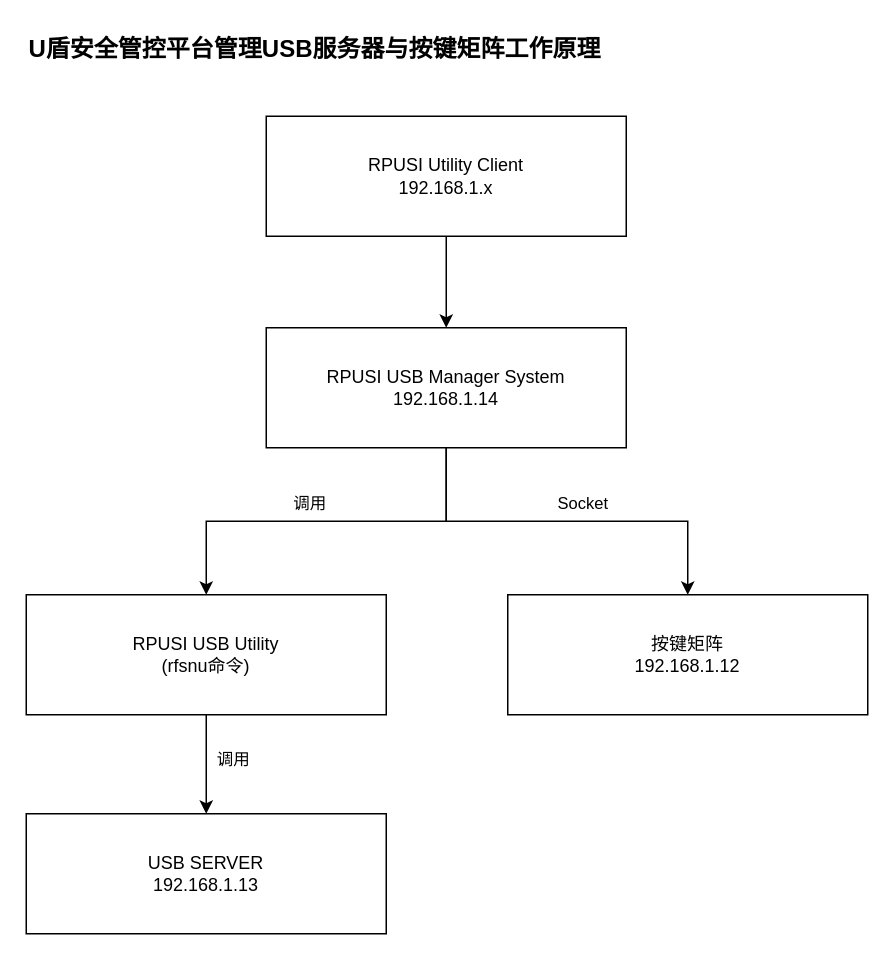
ab-doc/draw.io keeps this draw.io diagram as page "0002" (2 of 3) of src/main/work/cdjh/20231008094651.drawio. Above is the earlier version. Source tidied: cells renumbered, new cells numbered last; positions are measured from the earlier drawing's top-left corner, leaving out a move shared by most shapes. Both pictures are drawn from the tidied source at 150%, with x=0, y=0 at pixel (26, 26).
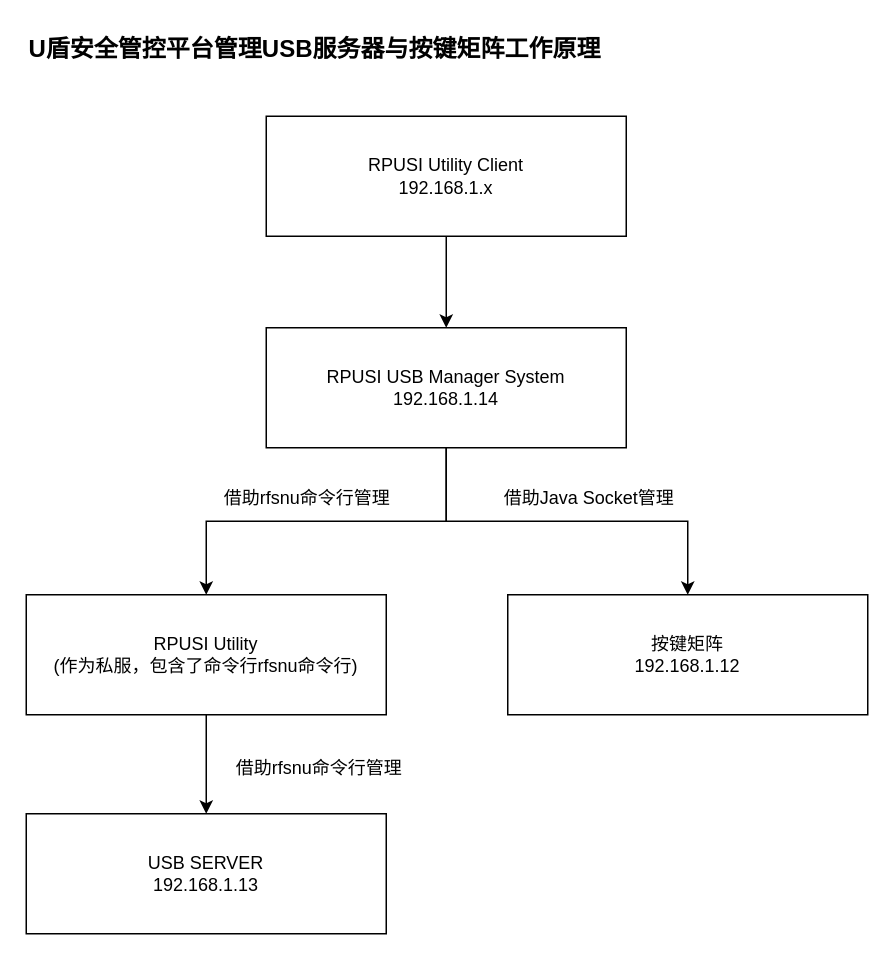
The same diagram, later.

What changed in the source:
```diff
@@
 <mxGraphModel>
   <root>
     <mxCell id="0" />
     <mxCell id="1" parent="0" />
     <mxCell id="2" value="&lt;b style=&quot;font-size: 16px;&quot;&gt;U盾安全管控平台管理USB服务器与按键矩阵工作原理&lt;/b&gt;" style="text;html=1;align=left;verticalAlign=middle;strokeColor=none;fillColor=none;fontSize=16;rounded=0;labelBackgroundColor=none;" parent="1" vertex="1">
       <mxGeometry width="400" height="30" as="geometry" />
     </mxCell>
     <mxCell id="3" style="edgeStyle=orthogonalEdgeStyle;rounded=0;jettySize=auto;html=1;" parent="1" edge="1" source="4" target="9">
       <mxGeometry relative="1" as="geometry" />
     </mxCell>
     <mxCell id="4" value="RPUSI&amp;nbsp;Utility Client&lt;br&gt;192.168.1.x" style="rounded=0;whiteSpace=wrap;html=1;" parent="1" vertex="1">
       <mxGeometry x="160" y="60" width="240" height="80" as="geometry" />
     </mxCell>
     <mxCell id="5" style="edgeStyle=orthogonalEdgeStyle;rounded=0;jettySize=auto;html=1;" parent="1" edge="1" source="9" target="12">
       <mxGeometry relative="1" as="geometry" />
     </mxCell>
-    <mxCell id="6" value="调用" style="edgeLabel;html=1;align=center;verticalAlign=middle;" parent="5" vertex="1">
-      <mxGeometry x="0.18" relative="1" as="geometry">
-        <mxPoint x="11" y="-13" as="offset" />
-      </mxGeometry>
-    </mxCell>
     <mxCell id="7" style="edgeStyle=orthogonalEdgeStyle;rounded=0;jettySize=auto;html=1;" parent="1" edge="1" source="9" target="13">
       <mxGeometry relative="1" as="geometry" />
     </mxCell>
-    <mxCell id="8" value="Socket" style="edgeLabel;html=1;align=center;verticalAlign=middle;" parent="7" vertex="1">
-      <mxGeometry x="0.02" y="2" relative="1" as="geometry">
-        <mxPoint x="7" y="-11" as="offset" />
-      </mxGeometry>
-    </mxCell>
     <mxCell id="9" value="RPUSI&amp;nbsp;USB Manager System&lt;br&gt;192.168.1.14" style="rounded=0;whiteSpace=wrap;html=1;" parent="1" vertex="1">
       <mxGeometry x="160" y="201" width="240" height="80" as="geometry" />
     </mxCell>
     <mxCell id="10" style="edgeStyle=orthogonalEdgeStyle;rounded=0;jettySize=auto;html=1;" parent="1" edge="1" source="12" target="14">
       <mxGeometry relative="1" as="geometry" />
     </mxCell>
-    <mxCell id="11" value="调用" style="edgeLabel;html=1;align=center;verticalAlign=middle;" parent="10" vertex="1">
-      <mxGeometry x="-0.21" y="2" relative="1" as="geometry">
-        <mxPoint x="15" y="3" as="offset" />
-      </mxGeometry>
-    </mxCell>
-    <mxCell id="12" value="RPUSI&amp;nbsp;USB Utility&lt;br&gt;(rfsnu命令)" style="rounded=0;whiteSpace=wrap;html=1;" parent="1" vertex="1">
+    <mxCell id="12" value="RPUSI Utility&lt;br style=&quot;border-color: var(--border-color);&quot;&gt;(作为私服，包含了命令行rfsnu命令行)" style="rounded=0;whiteSpace=wrap;html=1;" parent="1" vertex="1">
       <mxGeometry y="379" width="240" height="80" as="geometry" />
     </mxCell>
     <mxCell id="13" value="按键矩阵&lt;br style=&quot;border-color: var(--border-color);&quot;&gt;192.168.1.12" style="rounded=0;whiteSpace=wrap;html=1;" parent="1" vertex="1">
       <mxGeometry x="321" y="379" width="240" height="80" as="geometry" />
     </mxCell>
     <mxCell id="14" value="USB SERVER&lt;br style=&quot;border-color: var(--border-color);&quot;&gt;192.168.1.13" style="rounded=0;whiteSpace=wrap;html=1;" parent="1" vertex="1">
       <mxGeometry y="525" width="240" height="80" as="geometry" />
     </mxCell>
+    <mxCell id="15" value="借助rfsnu命令行管理" style="text;html=1;align=center;verticalAlign=middle;strokeColor=none;fillColor=none;" parent="1" vertex="1">
+      <mxGeometry x="130" y="480" width="130" height="30" as="geometry" />
+    </mxCell>
+    <mxCell id="16" value="借助rfsnu命令行管理" style="text;html=1;align=center;verticalAlign=middle;strokeColor=none;fillColor=none;" parent="1" vertex="1">
+      <mxGeometry x="122" y="300" width="130" height="30" as="geometry" />
+    </mxCell>
+    <mxCell id="17" value="借助Java Socket管理" style="text;html=1;align=center;verticalAlign=middle;strokeColor=none;fillColor=none;" parent="1" vertex="1">
+      <mxGeometry x="305" y="300" width="140" height="30" as="geometry" />
+    </mxCell>
   </root>
 </mxGraphModel>
```
